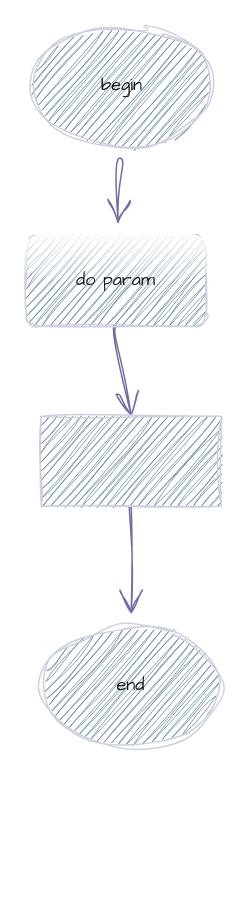
This is 架构流程图.drawio from herozdz/drawio, a draw.io file, before an edit. Source tidied: cells renumbered, new cells numbered last; positions are measured from the earlier drawing's top-left corner, leaving out a move shared by most shapes. Both pictures are drawn from the tidied source at 150%, with x=0, y=0 at pixel (26, 26).
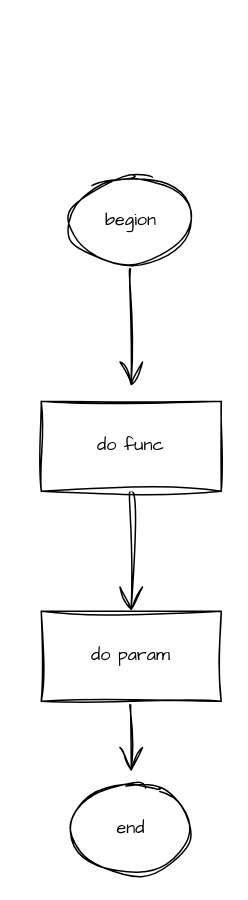
After the change.

Commit message:
更新架构流程图.drawio

The edit, as a diff of the source:
```diff
@@
 <mxGraphModel>
   <root>
     <mxCell id="0" />
     <mxCell id="1" parent="0" />
-    <mxCell id="2" style="edgeStyle=none;curved=1;rounded=0;sketch=1;hachureGap=4;jiggle=2;curveFitting=1;jettySize=auto;html=1;exitX=0.5;exitY=1;exitDx=0;exitDy=0;entryX=0.5;entryY=0;entryDx=0;entryDy=0;strokeColor=#736CA8;fontFamily=Architects Daughter;fontSize=16;fontColor=#1A1A1A;startSize=14;endArrow=open;endSize=14;sourcePerimeterSpacing=8;targetPerimeterSpacing=8;" parent="1" edge="1" source="3" target="5">
-      <mxGeometry relative="1" as="geometry" />
-    </mxCell>
+    <mxCell id="9" style="edgeStyle=none;curved=1;rounded=0;sketch=1;hachureGap=4;jiggle=2;curveFitting=1;jettySize=auto;html=1;exitX=0.5;exitY=1;exitDx=0;exitDy=0;fontFamily=Architects Daughter;fontSize=16;startSize=14;endArrow=open;endSize=14;sourcePerimeterSpacing=8;targetPerimeterSpacing=8;" parent="1" edge="1" source="10">
+      <mxGeometry relative="1" as="geometry">
+        <mxPoint x="70" y="240" as="targetPoint" />
+      </mxGeometry>
+    </mxCell>
+    <mxCell id="10" value="begion" style="ellipse;whiteSpace=wrap;html=1;sketch=1;hachureGap=4;jiggle=2;curveFitting=1;fontFamily=Architects Daughter;" parent="1" vertex="1">
+      <mxGeometry x="30" y="100" width="80" height="60" as="geometry" />
+    </mxCell>
+    <mxCell id="11" style="edgeStyle=none;curved=1;rounded=0;sketch=1;hachureGap=4;jiggle=2;curveFitting=1;jettySize=auto;html=1;exitX=0.5;exitY=1;exitDx=0;exitDy=0;fontFamily=Architects Daughter;fontSize=16;startSize=14;endArrow=open;endSize=14;sourcePerimeterSpacing=8;targetPerimeterSpacing=8;" parent="1" edge="1" source="12">
+      <mxGeometry relative="1" as="geometry">
+        <mxPoint x="70" y="390" as="targetPoint" />
+      </mxGeometry>
+    </mxCell>
+    <mxCell id="12" value="do func" style="whiteSpace=wrap;html=1;sketch=1;hachureGap=4;jiggle=2;curveFitting=1;fontFamily=Architects Daughter;" parent="1" vertex="1">
+      <mxGeometry x="10" y="250" width="120" height="60" as="geometry" />
+    </mxCell>
+    <mxCell id="13" style="edgeStyle=none;curved=1;rounded=0;sketch=1;hachureGap=4;jiggle=2;curveFitting=1;jettySize=auto;html=1;exitX=0.5;exitY=1;exitDx=0;exitDy=0;fontFamily=Architects Daughter;fontSize=16;startSize=14;endArrow=open;endSize=14;sourcePerimeterSpacing=8;targetPerimeterSpacing=8;" parent="1" edge="1" source="3" target="8">
+      <mxGeometry relative="1" as="geometry" />
+    </mxCell>
-    <mxCell id="3" value="do param" style="rounded=1;whiteSpace=wrap;html=1;sketch=1;hachureGap=4;jiggle=2;curveFitting=1;strokeColor=#D0CEE2;fontFamily=Architects Daughter;fontColor=#1A1A1A;fillColor=#5D7F99;glass=1;shadow=0;" parent="1" vertex="1">
-      <mxGeometry y="140" width="120" height="60" as="geometry" />
+    <mxCell id="3" value="do param" style="whiteSpace=wrap;html=1;sketch=1;hachureGap=4;jiggle=2;curveFitting=1;fontFamily=Architects Daughter;" parent="1" vertex="1">
+      <mxGeometry x="10" y="390" width="120" height="60" as="geometry" />
     </mxCell>
-    <mxCell id="4" style="edgeStyle=none;curved=1;rounded=0;sketch=1;hachureGap=4;jiggle=2;curveFitting=1;jettySize=auto;html=1;exitX=0.5;exitY=1;exitDx=0;exitDy=0;strokeColor=#736CA8;fontFamily=Architects Daughter;fontSize=16;fontColor=#1A1A1A;startSize=14;endArrow=open;endSize=14;sourcePerimeterSpacing=8;targetPerimeterSpacing=8;" parent="1" edge="1" source="5" target="8">
-      <mxGeometry relative="1" as="geometry" />
-    </mxCell>
-    <mxCell id="5" style="rounded=0;whiteSpace=wrap;html=1;sketch=1;hachureGap=4;jiggle=2;curveFitting=1;strokeColor=#D0CEE2;fontFamily=Architects Daughter;fontColor=#1A1A1A;fillColor=#5D7F99;" parent="1" vertex="1">
-      <mxGeometry x="10" y="260" width="120" height="60" as="geometry" />
-    </mxCell>
-    <mxCell id="6" style="edgeStyle=none;curved=1;rounded=0;sketch=1;hachureGap=4;jiggle=2;curveFitting=1;jettySize=auto;html=1;strokeColor=#736CA8;fontFamily=Architects Daughter;fontSize=16;fontColor=#1A1A1A;startSize=14;endArrow=open;endSize=14;sourcePerimeterSpacing=8;targetPerimeterSpacing=8;" parent="1" edge="1" source="7" target="3">
-      <mxGeometry relative="1" as="geometry" />
-    </mxCell>
-    <mxCell id="7" value="begin" style="ellipse;whiteSpace=wrap;html=1;sketch=1;hachureGap=4;jiggle=2;curveFitting=1;strokeColor=#D0CEE2;fontFamily=Architects Daughter;fontColor=#1A1A1A;fillColor=#5D7F99;" parent="1" vertex="1">
-      <mxGeometry x="4" width="120" height="80" as="geometry" />
-    </mxCell>
-    <mxCell id="8" value="end" style="ellipse;whiteSpace=wrap;html=1;sketch=1;hachureGap=4;jiggle=2;curveFitting=1;strokeColor=#D0CEE2;fontFamily=Architects Daughter;fontColor=#1A1A1A;fillColor=#5D7F99;" parent="1" vertex="1">
-      <mxGeometry x="10" y="400" width="120" height="80" as="geometry" />
+    <mxCell id="8" value="end" style="ellipse;whiteSpace=wrap;html=1;sketch=1;hachureGap=4;jiggle=2;curveFitting=1;fontFamily=Architects Daughter;" parent="1" vertex="1">
+      <mxGeometry x="30" y="505" width="80" height="60" as="geometry" />
     </mxCell>
   </root>
 </mxGraphModel>
```
